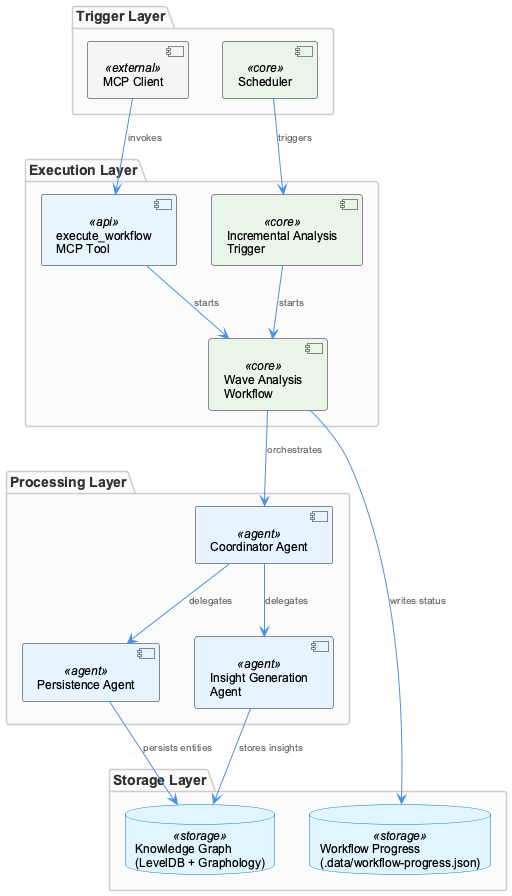
This is knowledge-management/insights/images/planning-and-execution-workflow-architecture.png from fwornle/coding, a PlantUML export, as it was before one commit.
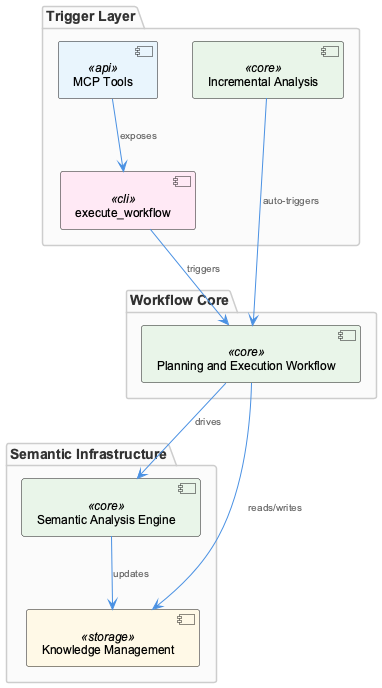
Above is the later version.

Change to the diagram source:
```diff
@@ -1,41 +1,28 @@
 @startuml
 !include /Users/Q284340/Agentic/coding/docs/puml/_standard-style.puml
 
+top to bottom direction
+
 package "Trigger Layer" {
-  component "MCP Client" as mcp_client <<external>>
-  component "Scheduler" as scheduler <<core>>
+  component "MCP Tools" as mcp <<api>>
+  component "execute_workflow" as exec_tool <<cli>>
+  component "Incremental Analysis" as incremental <<core>>
 }
 
-package "Execution Layer" {
-  component "execute_workflow\nMCP Tool" as exec_tool <<api>>
-  component "Incremental Analysis\nTrigger" as incr_trigger <<core>>
-  component "Wave Analysis\nWorkflow" as wave_workflow <<core>>
+package "Workflow Core" {
+  component "Planning and Execution Workflow" as workflow <<core>>
 }
 
-package "Processing Layer" {
-  component "Coordinator Agent" as coordinator <<agent>>
-  component "Persistence Agent" as persistence <<agent>>
-  component "Insight Generation\nAgent" as insight_agent <<agent>>
+package "Semantic Infrastructure" {
+  component "Semantic Analysis Engine" as semantic <<core>>
+  component "Knowledge Management" as knowledge <<storage>>
 }
 
-package "Storage Layer" {
-  database "Knowledge Graph\n(LevelDB + Graphology)" as kg <<storage>>
-  database "Workflow Progress\n(.data/workflow-progress.json)" as progress_store <<storage>>
-}
-
-mcp_client --> exec_tool : invokes
-scheduler --> incr_trigger : triggers
-
-exec_tool --> wave_workflow : starts
-incr_trigger --> wave_workflow : starts
-
-wave_workflow --> coordinator : orchestrates
-wave_workflow --> progress_store : writes status
-
-coordinator --> insight_agent : delegates
-coordinator --> persistence : delegates
-
-insight_agent --> kg : stores insights
-persistence --> kg : persists entities
+mcp --> exec_tool : "exposes"
+exec_tool --> workflow : "triggers"
+incremental --> workflow : "auto-triggers"
+workflow --> semantic : "drives"
+semantic --> knowledge : "updates"
+workflow --> knowledge : "reads/writes"
 
 @enduml
```
